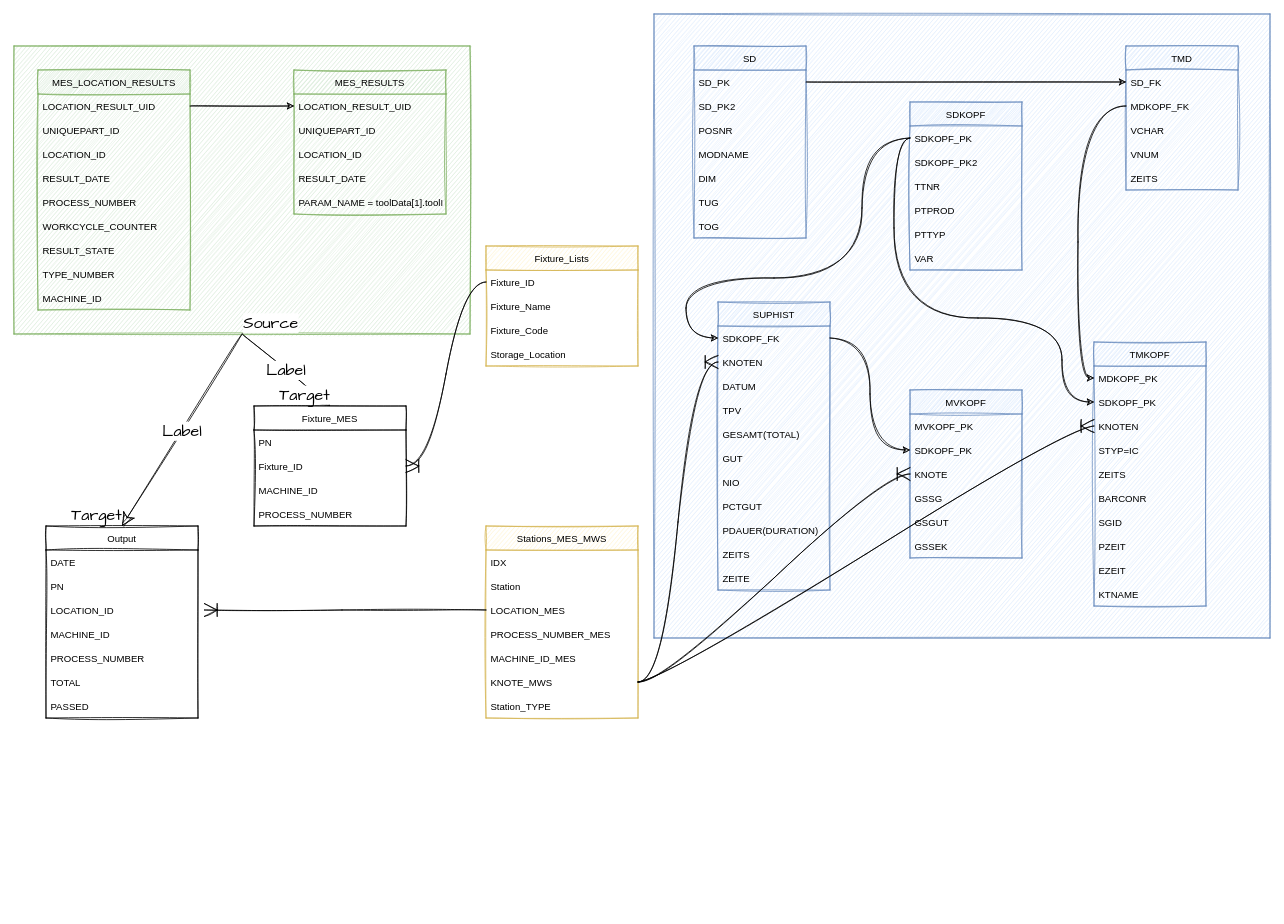
Above: Untitled Diagram.drawio in lijzszh/lijzszh (draw.io), before the change. Source tidied: cells renumbered, new cells numbered last; positions are measured from the earlier drawing's top-left corner, leaving out a move shared by most shapes. Both pictures are drawn from the tidied source at 80%, with x=0, y=0 at pixel (14, 14).
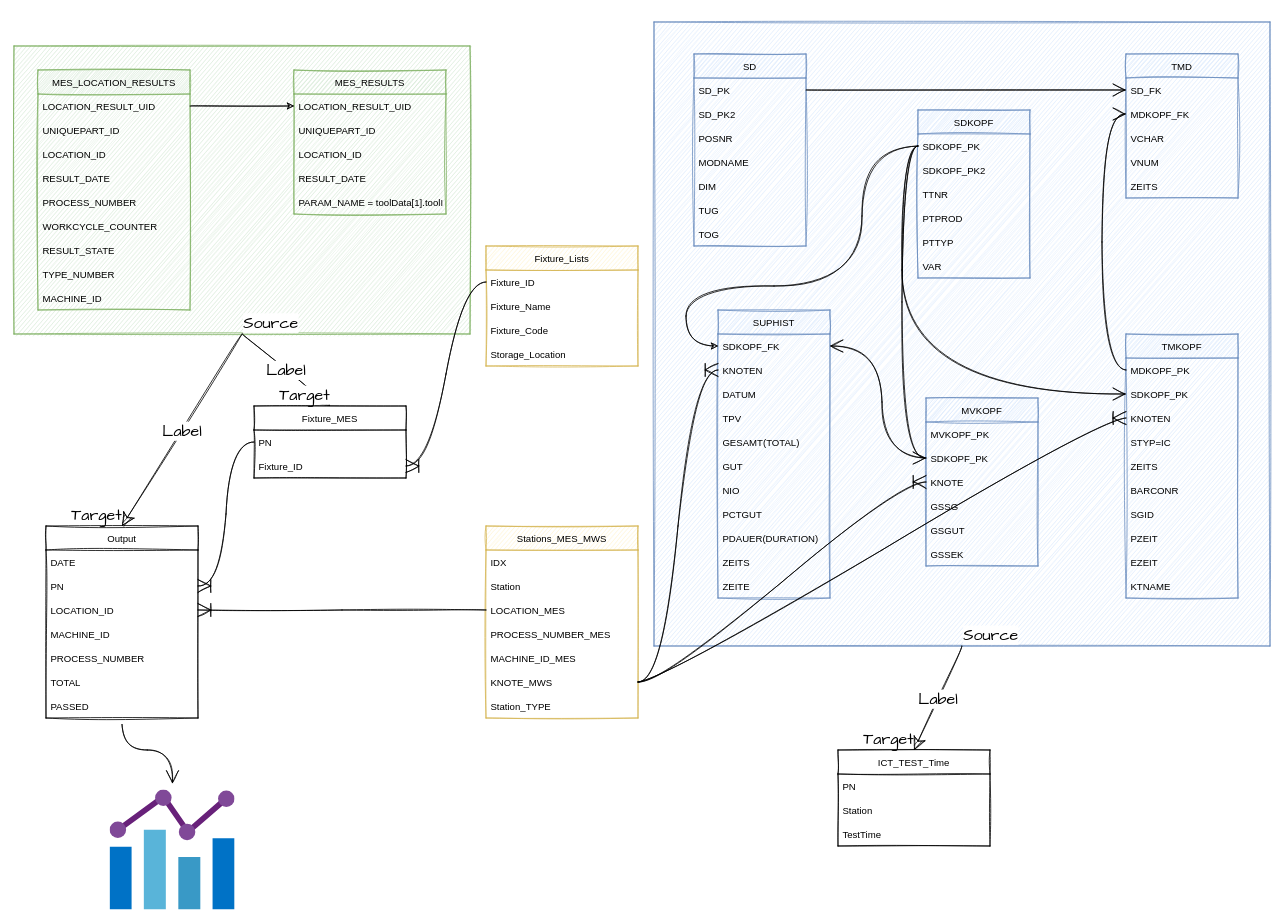
Above is the later version.

The change refers to these unchanged cells:
```xml
<mxCell id="2" value="Output" style="swimlane;fontStyle=0;horizontal=1;startSize=30;rounded=0;sketch=1;" parent="1" vertex="1">
  <mxGeometry x="40" y="640" width="190" height="240" as="geometry" />
</mxCell>
<mxCell id="4" value="PN" style="text;strokeColor=none;fillColor=none;align=left;verticalAlign=middle;spacingLeft=4;spacingRight=4;overflow=hidden;points=[[0,0.5],[1,0.5]];portConstraint=eastwest;rounded=0;sketch=1;" parent="2" vertex="1">
  <mxGeometry y="60" width="190" height="30" as="geometry" />
</mxCell>
<mxCell id="5" value="LOCATION_ID" style="text;strokeColor=none;fillColor=none;align=left;verticalAlign=middle;spacingLeft=4;spacingRight=4;overflow=hidden;points=[[0,0.5],[1,0.5]];portConstraint=eastwest;rounded=0;sketch=1;" parent="2" vertex="1">
  <mxGeometry y="90" width="190" height="30" as="geometry" />
</mxCell>
<mxCell id="11" value="PN" style="text;strokeColor=none;fillColor=none;align=left;verticalAlign=middle;spacingLeft=4;spacingRight=4;overflow=hidden;points=[[0,0.5],[1,0.5]];portConstraint=eastwest;rounded=0;sketch=1;" parent="10" vertex="1">
  <mxGeometry y="30" width="190" height="30" as="geometry" />
</mxCell>
<mxCell id="16" style="rounded=0;whiteSpace=wrap;html=1;fillColor=#dae8fc;strokeColor=#6c8ebf;sketch=1;" parent="15" vertex="1">
  <mxGeometry width="770" height="780" as="geometry" />
</mxCell>
<mxCell id="18" value="SD_PK" style="text;strokeColor=none;fillColor=none;align=left;verticalAlign=middle;spacingLeft=4;spacingRight=4;overflow=hidden;points=[[0,0.5],[1,0.5]];portConstraint=eastwest;rounded=0;sketch=1;" parent="17" vertex="1">
  <mxGeometry y="30" width="140" height="30" as="geometry" />
</mxCell>
<mxCell id="26" value="MDKOPF_PK" style="text;strokeColor=none;fillColor=none;align=left;verticalAlign=middle;spacingLeft=4;spacingRight=4;overflow=hidden;points=[[0,0.5],[1,0.5]];portConstraint=eastwest;rounded=0;sketch=1;" parent="25" vertex="1">
  <mxGeometry y="30" width="140" height="30" as="geometry" />
</mxCell>
<mxCell id="27" value="SDKOPF_PK" style="text;strokeColor=none;fillColor=none;align=left;verticalAlign=middle;spacingLeft=4;spacingRight=4;overflow=hidden;points=[[0,0.5],[1,0.5]];portConstraint=eastwest;rounded=0;sketch=1;" parent="25" vertex="1">
  <mxGeometry y="60" width="140" height="30" as="geometry" />
</mxCell>
<mxCell id="38" value="SDKOPF_PK" style="text;strokeColor=none;fillColor=none;align=left;verticalAlign=middle;spacingLeft=4;spacingRight=4;overflow=hidden;points=[[0,0.5],[1,0.5]];portConstraint=eastwest;rounded=0;sketch=1;" parent="36" vertex="1">
  <mxGeometry y="60" width="140" height="30" as="geometry" />
</mxCell>
<mxCell id="44" value="SDKOPF_PK" style="text;strokeColor=none;fillColor=none;align=left;verticalAlign=middle;spacingLeft=4;spacingRight=4;overflow=hidden;points=[[0,0.5],[1,0.5]];portConstraint=eastwest;rounded=0;sketch=1;" parent="43" vertex="1">
  <mxGeometry y="30" width="140" height="30" as="geometry" />
</mxCell>
<mxCell id="51" value="SD_FK" style="text;strokeColor=none;fillColor=none;align=left;verticalAlign=middle;spacingLeft=4;spacingRight=4;overflow=hidden;points=[[0,0.5],[1,0.5]];portConstraint=eastwest;rounded=0;sketch=1;" parent="50" vertex="1">
  <mxGeometry y="30" width="140" height="30" as="geometry" />
</mxCell>
<mxCell id="52" value="MDKOPF_FK" style="text;strokeColor=none;fillColor=none;align=left;verticalAlign=middle;spacingLeft=4;spacingRight=4;overflow=hidden;points=[[0,0.5],[1,0.5]];portConstraint=eastwest;rounded=0;sketch=1;" parent="50" vertex="1">
  <mxGeometry y="60" width="140" height="30" as="geometry" />
</mxCell>
<mxCell id="57" value="SDKOPF_FK" style="text;strokeColor=none;fillColor=none;align=left;verticalAlign=middle;spacingLeft=4;spacingRight=4;overflow=hidden;points=[[0,0.5],[1,0.5]];portConstraint=eastwest;rounded=0;sketch=1;" parent="56" vertex="1">
  <mxGeometry y="30" width="140" height="30" as="geometry" />
</mxCell>
<mxCell id="109" value="LOCATION_MES" style="text;strokeColor=none;fillColor=none;align=left;verticalAlign=middle;spacingLeft=4;spacingRight=4;overflow=hidden;points=[[0,0.5],[1,0.5]];portConstraint=eastwest;rounded=0;sketch=1;" parent="106" vertex="1">
  <mxGeometry y="90" width="190" height="30" as="geometry" />
</mxCell>
```

Change to the diagram source:
```diff
@@
+    <mxCell id="118" style="edgeStyle=orthogonalEdgeStyle;curved=1;rounded=0;sketch=1;hachureGap=4;jettySize=auto;html=1;fontFamily=Architects Daughter;fontSize=16;endArrow=open;startSize=14;endSize=14;sourcePerimeterSpacing=8;targetPerimeterSpacing=8;" parent="1" edge="1" source="2" target="123">
+      <mxGeometry relative="1" as="geometry" />
+    </mxCell>
@@
     <mxCell id="10" value="Fixture_MES" style="swimlane;fontStyle=0;horizontal=1;startSize=30;rounded=0;sketch=1;" parent="1" vertex="1">
-      <mxGeometry x="300" y="490" width="190" height="150" as="geometry" />
+      <mxGeometry x="300" y="490" width="190" height="90" as="geometry" />
     </mxCell>
@@
-    <mxCell id="13" value="MACHINE_ID" style="text;strokeColor=none;fillColor=none;align=left;verticalAlign=middle;spacingLeft=4;spacingRight=4;overflow=hidden;rounded=0;sketch=1;" parent="10" vertex="1">
-      <mxGeometry y="90" width="190" height="30" as="geometry" />
-    </mxCell>
-    <mxCell id="14" value="PROCESS_NUMBER" style="text;strokeColor=none;fillColor=none;align=left;verticalAlign=middle;spacingLeft=4;spacingRight=4;overflow=hidden;rounded=0;sketch=1;" parent="10" vertex="1">
-      <mxGeometry y="120" width="190" height="30" as="geometry" />
-    </mxCell>
     <mxCell id="15" style="group;rounded=0;sketch=1;" parent="1" vertex="1">
-      <mxGeometry x="800" width="770" height="780" as="geometry" />
+      <mxGeometry x="800" y="10" width="770" height="780" as="geometry" />
     </mxCell>
@@
     <mxCell id="25" value="TMKOPF" style="swimlane;fontStyle=0;horizontal=1;startSize=30;fillColor=#dae8fc;strokeColor=#6c8ebf;rounded=0;sketch=1;" parent="15" vertex="1">
-      <mxGeometry x="550" y="410" width="140" height="330" as="geometry" />
+      <mxGeometry x="590" y="390" width="140" height="330" as="geometry" />
     </mxCell>
@@
     <mxCell id="36" value="MVKOPF" style="swimlane;fontStyle=0;horizontal=1;startSize=30;fillColor=#dae8fc;strokeColor=#6c8ebf;rounded=0;sketch=1;" parent="15" vertex="1">
-      <mxGeometry x="320" y="470" width="140" height="210" as="geometry" />
+      <mxGeometry x="340" y="470" width="140" height="210" as="geometry" />
     </mxCell>
@@
     <mxCell id="43" value="SDKOPF" style="swimlane;fontStyle=0;horizontal=1;startSize=30;fillColor=#dae8fc;strokeColor=#6c8ebf;rounded=0;sketch=1;" parent="15" vertex="1">
-      <mxGeometry x="320" y="110" width="140" height="210" as="geometry" />
+      <mxGeometry x="330" y="110" width="140" height="210" as="geometry" />
     </mxCell>
@@
+    <mxCell id="72" style="edgeStyle=orthogonalEdgeStyle;rounded=0;jettySize=auto;html=1;entryX=0;entryY=0.5;entryDx=0;entryDy=0;curved=1;sketch=1;" parent="15" edge="1" source="44" target="57">
+      <mxGeometry relative="1" as="geometry">
+        <Array as="points">
+          <mxPoint x="260" y="155" />
+          <mxPoint x="260" y="330" />
+          <mxPoint x="40" y="330" />
+          <mxPoint x="40" y="405" />
+        </Array>
+      </mxGeometry>
+    </mxCell>
+    <mxCell id="119" style="edgeStyle=orthogonalEdgeStyle;curved=1;rounded=0;sketch=1;hachureGap=4;jettySize=auto;html=1;exitX=0;exitY=0.5;exitDx=0;exitDy=0;entryX=0;entryY=0.5;entryDx=0;entryDy=0;fontFamily=Architects Daughter;fontSize=16;endArrow=open;startSize=14;endSize=14;sourcePerimeterSpacing=8;targetPerimeterSpacing=8;" parent="15" edge="1" source="26" target="52">
+      <mxGeometry relative="1" as="geometry" />
+    </mxCell>
-    <mxCell id="68" style="edgeStyle=orthogonalEdgeStyle;rounded=0;jettySize=auto;html=1;exitX=1;exitY=0.5;exitDx=0;exitDy=0;entryX=0;entryY=0.5;entryDx=0;entryDy=0;curved=1;sketch=1;" parent="15" edge="1" source="18" target="51">
+    <mxCell id="68" style="edgeStyle=orthogonalEdgeStyle;curved=1;rounded=0;sketch=1;hachureGap=4;jettySize=auto;html=1;exitX=1;exitY=0.5;exitDx=0;exitDy=0;entryX=0;entryY=0.5;entryDx=0;entryDy=0;fontFamily=Architects Daughter;fontSize=16;endArrow=open;startSize=14;endSize=14;sourcePerimeterSpacing=8;targetPerimeterSpacing=8;" parent="15" edge="1" source="18" target="51">
       <mxGeometry relative="1" as="geometry" />
     </mxCell>
-    <mxCell id="69" style="edgeStyle=orthogonalEdgeStyle;rounded=0;jettySize=auto;html=1;curved=1;sketch=1;" parent="15" edge="1" source="57" target="38">
-      <mxGeometry relative="1" as="geometry" />
-    </mxCell>
-    <mxCell id="70" style="edgeStyle=orthogonalEdgeStyle;rounded=0;jettySize=auto;html=1;entryX=0;entryY=0.5;entryDx=0;entryDy=0;curved=1;sketch=1;" parent="15" edge="1" source="52" target="26">
-      <mxGeometry relative="1" as="geometry" />
-    </mxCell>
-    <mxCell id="71" style="edgeStyle=orthogonalEdgeStyle;rounded=0;jettySize=auto;html=1;entryX=0;entryY=0.5;entryDx=0;entryDy=0;exitX=0;exitY=0.5;exitDx=0;exitDy=0;curved=1;sketch=1;" parent="15" edge="1" source="44" target="27">
-      <mxGeometry relative="1" as="geometry">
-        <Array as="points">
-          <mxPoint x="300" y="155" />
-          <mxPoint x="300" y="380" />
-          <mxPoint x="510" y="380" />
-          <mxPoint x="510" y="485" />
-        </Array>
-      </mxGeometry>
+    <mxCell id="71" style="edgeStyle=orthogonalEdgeStyle;curved=1;rounded=0;sketch=1;hachureGap=4;jettySize=auto;html=1;exitX=0;exitY=0.5;exitDx=0;exitDy=0;entryX=0;entryY=0.5;entryDx=0;entryDy=0;fontFamily=Architects Daughter;fontSize=16;endArrow=open;startSize=14;endSize=14;sourcePerimeterSpacing=8;targetPerimeterSpacing=8;" parent="15" edge="1" source="44" target="27">
+      <mxGeometry relative="1" as="geometry" />
     </mxCell>
-    <mxCell id="72" style="edgeStyle=orthogonalEdgeStyle;rounded=0;jettySize=auto;html=1;entryX=0;entryY=0.5;entryDx=0;entryDy=0;curved=1;sketch=1;" parent="15" edge="1" source="44" target="57">
-      <mxGeometry relative="1" as="geometry">
-        <Array as="points">
-          <mxPoint x="260" y="155" />
-          <mxPoint x="260" y="330" />
-          <mxPoint x="40" y="330" />
-          <mxPoint x="40" y="405" />
-        </Array>
-      </mxGeometry>
-    </mxCell>
+    <mxCell id="120" style="edgeStyle=orthogonalEdgeStyle;curved=1;rounded=0;sketch=1;hachureGap=4;jettySize=auto;html=1;exitX=0;exitY=0.5;exitDx=0;exitDy=0;entryX=1;entryY=0.5;entryDx=0;entryDy=0;fontFamily=Architects Daughter;fontSize=16;endArrow=open;startSize=14;endSize=14;sourcePerimeterSpacing=8;targetPerimeterSpacing=8;" parent="15" edge="1" source="38" target="57">
+      <mxGeometry relative="1" as="geometry" />
+    </mxCell>
+    <mxCell id="121" style="edgeStyle=orthogonalEdgeStyle;curved=1;rounded=0;sketch=1;hachureGap=4;jettySize=auto;html=1;exitX=0;exitY=0.5;exitDx=0;exitDy=0;fontFamily=Architects Daughter;fontSize=16;endArrow=open;startSize=14;endSize=14;sourcePerimeterSpacing=8;targetPerimeterSpacing=8;entryX=0;entryY=0.5;entryDx=0;entryDy=0;" parent="15" edge="1" source="44" target="38">
+      <mxGeometry relative="1" as="geometry" />
+    </mxCell>
@@
-    <mxCell id="117" style="edgeStyle=entityRelationEdgeStyle;fontSize=12;html=1;endArrow=ERoneToMany;rounded=0;sketch=1;hachureGap=4;fontFamily=Architects Daughter;startSize=14;endSize=14;sourcePerimeterSpacing=8;targetPerimeterSpacing=8;curved=1;exitX=0;exitY=0.5;exitDx=0;exitDy=0;" parent="1" edge="1" source="109" target="5">
+    <mxCell id="117" style="edgeStyle=entityRelationEdgeStyle;fontSize=12;html=1;endArrow=ERoneToMany;rounded=0;sketch=1;hachureGap=4;fontFamily=Architects Daughter;startSize=14;endSize=14;sourcePerimeterSpacing=8;targetPerimeterSpacing=8;curved=1;exitX=0;exitY=0.5;exitDx=0;exitDy=0;entryX=1;entryY=0.5;entryDx=0;entryDy=0;" parent="1" edge="1" source="109" target="5">
       <mxGeometry relative="1" as="geometry" />
     </mxCell>
+    <mxCell id="122" style="edgeStyle=entityRelationEdgeStyle;fontSize=12;html=1;endArrow=ERoneToMany;rounded=0;sketch=1;hachureGap=4;fontFamily=Architects Daughter;startSize=14;endSize=14;sourcePerimeterSpacing=8;targetPerimeterSpacing=8;curved=1;exitX=0;exitY=0.5;exitDx=0;exitDy=0;entryX=1;entryY=0.5;entryDx=0;entryDy=0;" parent="1" edge="1" source="11" target="4">
+      <mxGeometry relative="1" as="geometry" />
+    </mxCell>
+    <mxCell id="123" style="sketch=0;html=1;points=[];align=center;image;fontSize=12;image=img/lib/mscae/Chart.svg;hachureGap=4;fontFamily=Architects Daughter;" parent="1" vertex="1">
+      <mxGeometry x="120" y="970" width="156.2" height="150" as="geometry" />
+    </mxCell>
+    <mxCell id="124" value="ICT_TEST_Time" style="swimlane;fontStyle=0;horizontal=1;startSize=30;rounded=0;sketch=1;" parent="1" vertex="1">
+      <mxGeometry x="1030" y="920" width="190" height="120" as="geometry" />
+    </mxCell>
+    <mxCell id="125" value="PN" style="text;strokeColor=none;fillColor=none;align=left;verticalAlign=middle;spacingLeft=4;spacingRight=4;overflow=hidden;rounded=0;sketch=1;" parent="124" vertex="1">
+      <mxGeometry y="30" width="190" height="30" as="geometry" />
+    </mxCell>
+    <mxCell id="126" value="Station" style="text;strokeColor=none;fillColor=none;align=left;verticalAlign=middle;spacingLeft=4;spacingRight=4;overflow=hidden;rounded=0;sketch=1;" parent="124" vertex="1">
+      <mxGeometry y="60" width="190" height="30" as="geometry" />
+    </mxCell>
+    <mxCell id="127" value="TestTime" style="text;strokeColor=none;fillColor=none;align=left;verticalAlign=middle;spacingLeft=4;spacingRight=4;overflow=hidden;rounded=0;sketch=1;" parent="124" vertex="1">
+      <mxGeometry y="90" width="190" height="30" as="geometry" />
+    </mxCell>
+    <mxCell id="128" style="endArrow=classic;html=1;rounded=0;sketch=1;hachureGap=4;fontFamily=Architects Daughter;fontSize=16;startSize=14;endSize=14;sourcePerimeterSpacing=8;targetPerimeterSpacing=8;curved=1;exitX=0.5;exitY=1;exitDx=0;exitDy=0;entryX=0.5;entryY=0;entryDx=0;entryDy=0;" parent="1" edge="1" source="16" target="124">
+      <mxGeometry relative="1" as="geometry" />
+    </mxCell>
+    <mxCell id="129" value="Label" style="edgeLabel;html=1;align=center;verticalAlign=middle;sketch=1;hachureGap=4;fontFamily=Architects Daughter;fontSize=20;" parent="128" vertex="1">
+      <mxGeometry relative="1" as="geometry" />
+    </mxCell>
+    <mxCell id="130" value="Source" style="edgeLabel;html=1;align=left;verticalAlign=bottom;sketch=1;hachureGap=4;fontFamily=Architects Daughter;fontSize=20;" parent="128" vertex="1">
+      <mxGeometry x="-1" relative="1" as="geometry" />
+    </mxCell>
+    <mxCell id="131" value="Target" style="edgeLabel;html=1;align=right;verticalAlign=bottom;sketch=1;hachureGap=4;fontFamily=Architects Daughter;fontSize=20;" parent="128" vertex="1">
+      <mxGeometry x="1" relative="1" as="geometry" />
+    </mxCell>
```
